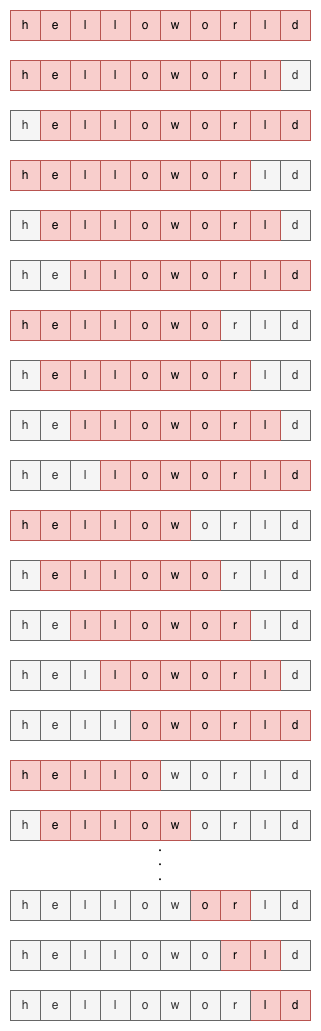
The draw.io diagram decrementingSlidingWindow.drawio.png in gill876/sliding-window, before a commit. Source tidied: cells renumbered, new cells last; positions are measured from the earlier drawing's top-left corner, leaving out a move shared by most shapes.
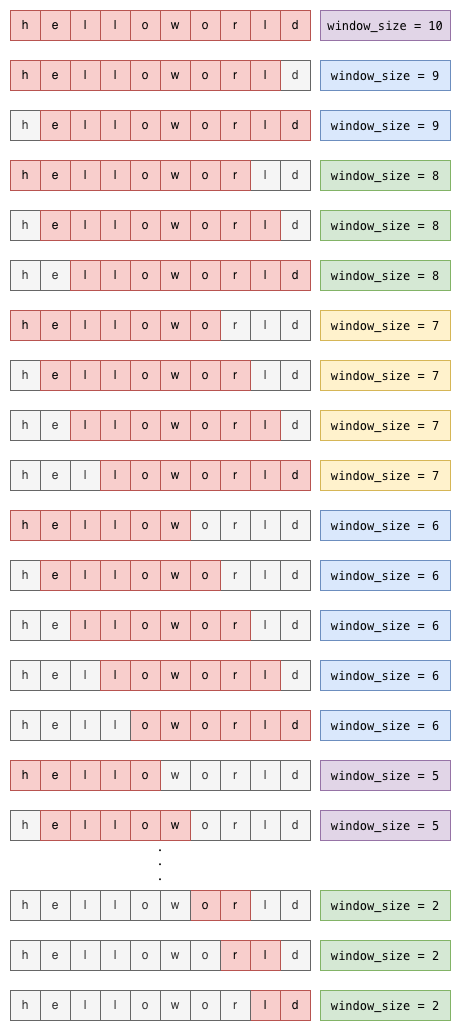
Later version of the same file.

The edit, as a diff of the source:
```diff
@@ -605,5 +605,65 @@
     <mxCell id="202" value="・&lt;br&gt;・&lt;br&gt;・" style="text;html=1;whiteSpace=wrap;strokeColor=none;fillColor=none;align=center;verticalAlign=middle;rounded=0;" parent="1" vertex="1">
       <mxGeometry x="120" y="840" width="60" height="30" as="geometry" />
     </mxCell>
+    <mxCell id="203" value="&lt;div style=&quot;font-family: Menlo, Monaco, &amp;quot;Courier New&amp;quot;, monospace; line-height: 18px; white-space: pre;&quot;&gt;window_size = 10&lt;/div&gt;" style="text;html=1;whiteSpace=wrap;strokeColor=#9673a6;fillColor=#e1d5e7;align=center;verticalAlign=middle;rounded=0;labelBackgroundColor=none;" parent="1" vertex="1">
+      <mxGeometry x="310" width="130" height="30" as="geometry" />
+    </mxCell>
+    <mxCell id="204" value="&lt;div style=&quot;font-family: Menlo, Monaco, &amp;quot;Courier New&amp;quot;, monospace; line-height: 18px; white-space: pre;&quot;&gt;window_size = 9&lt;/div&gt;" style="text;html=1;whiteSpace=wrap;strokeColor=#6c8ebf;fillColor=#dae8fc;align=center;verticalAlign=middle;rounded=0;labelBackgroundColor=none;" parent="1" vertex="1">
+      <mxGeometry x="310" y="50" width="130" height="30" as="geometry" />
+    </mxCell>
+    <mxCell id="205" value="&lt;div style=&quot;font-family: Menlo, Monaco, &amp;quot;Courier New&amp;quot;, monospace; line-height: 18px; white-space: pre;&quot;&gt;window_size = 9&lt;/div&gt;" style="text;html=1;whiteSpace=wrap;strokeColor=#6c8ebf;fillColor=#dae8fc;align=center;verticalAlign=middle;rounded=0;labelBackgroundColor=none;" parent="1" vertex="1">
+      <mxGeometry x="310" y="100" width="130" height="30" as="geometry" />
+    </mxCell>
+    <mxCell id="206" value="&lt;div style=&quot;font-family: Menlo, Monaco, &amp;quot;Courier New&amp;quot;, monospace; line-height: 18px; white-space: pre;&quot;&gt;window_size = 8&lt;/div&gt;" style="text;html=1;whiteSpace=wrap;strokeColor=#82b366;fillColor=#d5e8d4;align=center;verticalAlign=middle;rounded=0;labelBackgroundColor=none;" parent="1" vertex="1">
+      <mxGeometry x="310" y="200" width="130" height="30" as="geometry" />
+    </mxCell>
+    <mxCell id="207" value="&lt;div style=&quot;font-family: Menlo, Monaco, &amp;quot;Courier New&amp;quot;, monospace; line-height: 18px; white-space: pre;&quot;&gt;window_size = 8&lt;/div&gt;" style="text;html=1;whiteSpace=wrap;strokeColor=#82b366;fillColor=#d5e8d4;align=center;verticalAlign=middle;rounded=0;labelBackgroundColor=none;" parent="1" vertex="1">
+      <mxGeometry x="310" y="150" width="130" height="30" as="geometry" />
+    </mxCell>
+    <mxCell id="208" value="&lt;div style=&quot;font-family: Menlo, Monaco, &amp;quot;Courier New&amp;quot;, monospace; line-height: 18px; white-space: pre;&quot;&gt;window_size = 7&lt;/div&gt;" style="text;html=1;whiteSpace=wrap;strokeColor=#d6b656;fillColor=#fff2cc;align=center;verticalAlign=middle;rounded=0;labelBackgroundColor=none;" parent="1" vertex="1">
+      <mxGeometry x="310" y="350" width="130" height="30" as="geometry" />
+    </mxCell>
+    <mxCell id="209" value="&lt;div style=&quot;font-family: Menlo, Monaco, &amp;quot;Courier New&amp;quot;, monospace; line-height: 18px; white-space: pre;&quot;&gt;window_size = 7&lt;/div&gt;" style="text;html=1;whiteSpace=wrap;strokeColor=#d6b656;fillColor=#fff2cc;align=center;verticalAlign=middle;rounded=0;labelBackgroundColor=none;" parent="1" vertex="1">
+      <mxGeometry x="310" y="300" width="130" height="30" as="geometry" />
+    </mxCell>
+    <mxCell id="210" value="&lt;div style=&quot;font-family: Menlo, Monaco, &amp;quot;Courier New&amp;quot;, monospace; line-height: 18px; white-space: pre;&quot;&gt;window_size = 8&lt;/div&gt;" style="text;html=1;whiteSpace=wrap;strokeColor=#82b366;fillColor=#d5e8d4;align=center;verticalAlign=middle;rounded=0;labelBackgroundColor=none;" parent="1" vertex="1">
+      <mxGeometry x="310" y="250" width="130" height="30" as="geometry" />
+    </mxCell>
+    <mxCell id="211" value="&lt;div style=&quot;font-family: Menlo, Monaco, &amp;quot;Courier New&amp;quot;, monospace; line-height: 18px; white-space: pre;&quot;&gt;window_size = 7&lt;/div&gt;" style="text;html=1;whiteSpace=wrap;strokeColor=#d6b656;fillColor=#fff2cc;align=center;verticalAlign=middle;rounded=0;labelBackgroundColor=none;" parent="1" vertex="1">
+      <mxGeometry x="310" y="450" width="130" height="30" as="geometry" />
+    </mxCell>
+    <mxCell id="212" value="&lt;div style=&quot;font-family: Menlo, Monaco, &amp;quot;Courier New&amp;quot;, monospace; line-height: 18px; white-space: pre;&quot;&gt;window_size = 7&lt;/div&gt;" style="text;html=1;whiteSpace=wrap;strokeColor=#d6b656;fillColor=#fff2cc;align=center;verticalAlign=middle;rounded=0;labelBackgroundColor=none;" parent="1" vertex="1">
+      <mxGeometry x="310" y="400" width="130" height="30" as="geometry" />
+    </mxCell>
+    <mxCell id="213" value="&lt;div style=&quot;font-family: Menlo, Monaco, &amp;quot;Courier New&amp;quot;, monospace; line-height: 18px; white-space: pre;&quot;&gt;window_size = 5&lt;/div&gt;" style="text;html=1;whiteSpace=wrap;strokeColor=#9673a6;fillColor=#e1d5e7;align=center;verticalAlign=middle;rounded=0;labelBackgroundColor=none;" parent="1" vertex="1">
+      <mxGeometry x="310" y="800" width="130" height="30" as="geometry" />
+    </mxCell>
+    <mxCell id="214" value="&lt;div style=&quot;font-family: Menlo, Monaco, &amp;quot;Courier New&amp;quot;, monospace; line-height: 18px; white-space: pre;&quot;&gt;window_size = 5&lt;/div&gt;" style="text;html=1;whiteSpace=wrap;strokeColor=#9673a6;fillColor=#e1d5e7;align=center;verticalAlign=middle;rounded=0;labelBackgroundColor=none;" parent="1" vertex="1">
+      <mxGeometry x="310" y="750" width="130" height="30" as="geometry" />
+    </mxCell>
+    <mxCell id="215" value="&lt;div style=&quot;font-family: Menlo, Monaco, &amp;quot;Courier New&amp;quot;, monospace; line-height: 18px; white-space: pre;&quot;&gt;window_size = 6&lt;/div&gt;" style="text;html=1;whiteSpace=wrap;strokeColor=#6c8ebf;fillColor=#dae8fc;align=center;verticalAlign=middle;rounded=0;labelBackgroundColor=none;" parent="1" vertex="1">
+      <mxGeometry x="310" y="500" width="130" height="30" as="geometry" />
+    </mxCell>
+    <mxCell id="216" value="&lt;div style=&quot;font-family: Menlo, Monaco, &amp;quot;Courier New&amp;quot;, monospace; line-height: 18px; white-space: pre;&quot;&gt;window_size = 6&lt;/div&gt;" style="text;html=1;whiteSpace=wrap;strokeColor=#6c8ebf;fillColor=#dae8fc;align=center;verticalAlign=middle;rounded=0;labelBackgroundColor=none;" parent="1" vertex="1">
+      <mxGeometry x="310" y="700" width="130" height="30" as="geometry" />
+    </mxCell>
+    <mxCell id="217" value="&lt;div style=&quot;font-family: Menlo, Monaco, &amp;quot;Courier New&amp;quot;, monospace; line-height: 18px; white-space: pre;&quot;&gt;window_size = 6&lt;/div&gt;" style="text;html=1;whiteSpace=wrap;strokeColor=#6c8ebf;fillColor=#dae8fc;align=center;verticalAlign=middle;rounded=0;labelBackgroundColor=none;" parent="1" vertex="1">
+      <mxGeometry x="310" y="650" width="130" height="30" as="geometry" />
+    </mxCell>
+    <mxCell id="218" value="&lt;div style=&quot;font-family: Menlo, Monaco, &amp;quot;Courier New&amp;quot;, monospace; line-height: 18px; white-space: pre;&quot;&gt;window_size = 6&lt;/div&gt;" style="text;html=1;whiteSpace=wrap;strokeColor=#6c8ebf;fillColor=#dae8fc;align=center;verticalAlign=middle;rounded=0;labelBackgroundColor=none;" parent="1" vertex="1">
+      <mxGeometry x="310" y="550" width="130" height="30" as="geometry" />
+    </mxCell>
+    <mxCell id="219" value="&lt;div style=&quot;font-family: Menlo, Monaco, &amp;quot;Courier New&amp;quot;, monospace; line-height: 18px; white-space: pre;&quot;&gt;window_size = 6&lt;/div&gt;" style="text;html=1;whiteSpace=wrap;strokeColor=#6c8ebf;fillColor=#dae8fc;align=center;verticalAlign=middle;rounded=0;labelBackgroundColor=none;" parent="1" vertex="1">
+      <mxGeometry x="310" y="600" width="130" height="30" as="geometry" />
+    </mxCell>
+    <mxCell id="220" value="&lt;div style=&quot;font-family: Menlo, Monaco, &amp;quot;Courier New&amp;quot;, monospace; line-height: 18px; white-space: pre;&quot;&gt;window_size = 2&lt;/div&gt;" style="text;html=1;whiteSpace=wrap;strokeColor=#82b366;fillColor=#d5e8d4;align=center;verticalAlign=middle;rounded=0;labelBackgroundColor=none;" parent="1" vertex="1">
+      <mxGeometry x="310" y="930" width="130" height="30" as="geometry" />
+    </mxCell>
+    <mxCell id="221" value="&lt;div style=&quot;font-family: Menlo, Monaco, &amp;quot;Courier New&amp;quot;, monospace; line-height: 18px; white-space: pre;&quot;&gt;window_size = 2&lt;/div&gt;" style="text;html=1;whiteSpace=wrap;strokeColor=#82b366;fillColor=#d5e8d4;align=center;verticalAlign=middle;rounded=0;labelBackgroundColor=none;" parent="1" vertex="1">
+      <mxGeometry x="310" y="880" width="130" height="30" as="geometry" />
+    </mxCell>
+    <mxCell id="222" value="&lt;div style=&quot;font-family: Menlo, Monaco, &amp;quot;Courier New&amp;quot;, monospace; line-height: 18px; white-space: pre;&quot;&gt;window_size = 2&lt;/div&gt;" style="text;html=1;whiteSpace=wrap;strokeColor=#82b366;fillColor=#d5e8d4;align=center;verticalAlign=middle;rounded=0;labelBackgroundColor=none;" parent="1" vertex="1">
+      <mxGeometry x="310" y="980" width="130" height="30" as="geometry" />
+    </mxCell>
   </root>
 </mxGraphModel>
```
